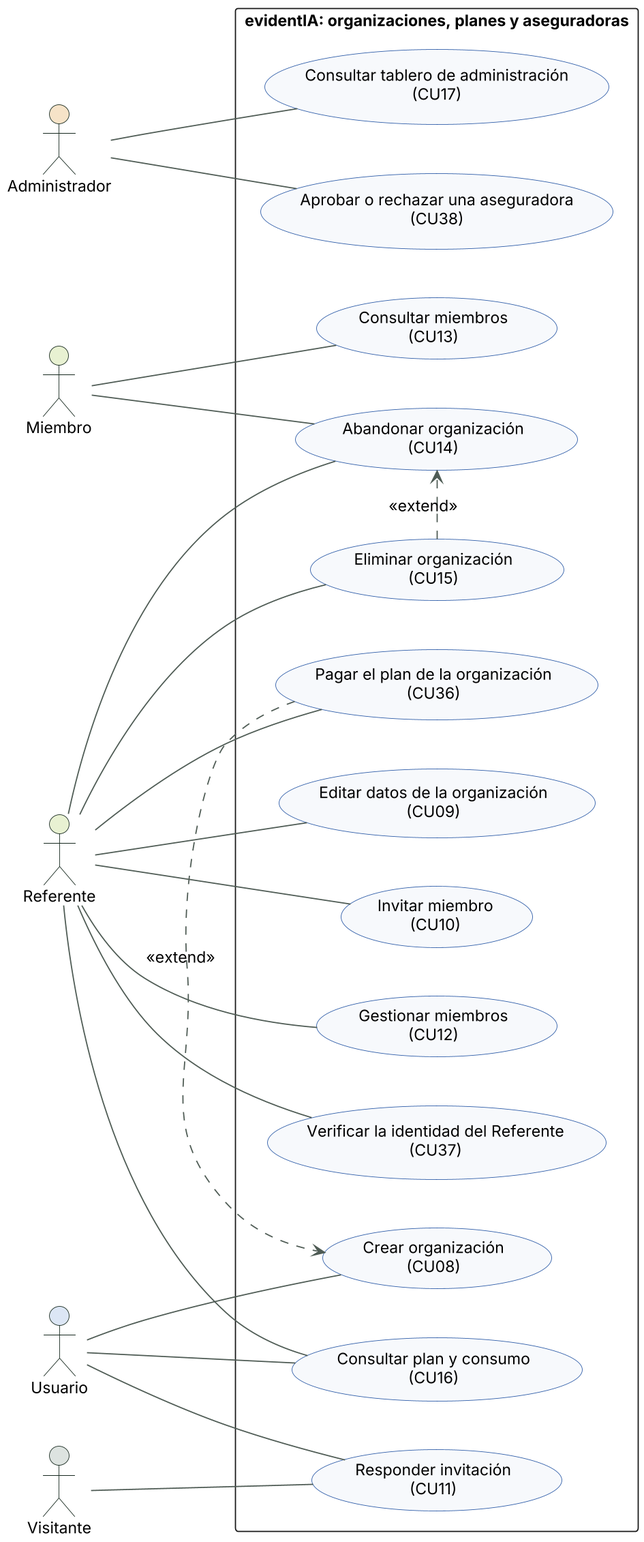
Earlier version of the PlantUML export docs/arquitectura/diagramas/09b-casos-de-uso.png (valentinasalmon/PFG-sistema-deteccion-IA).
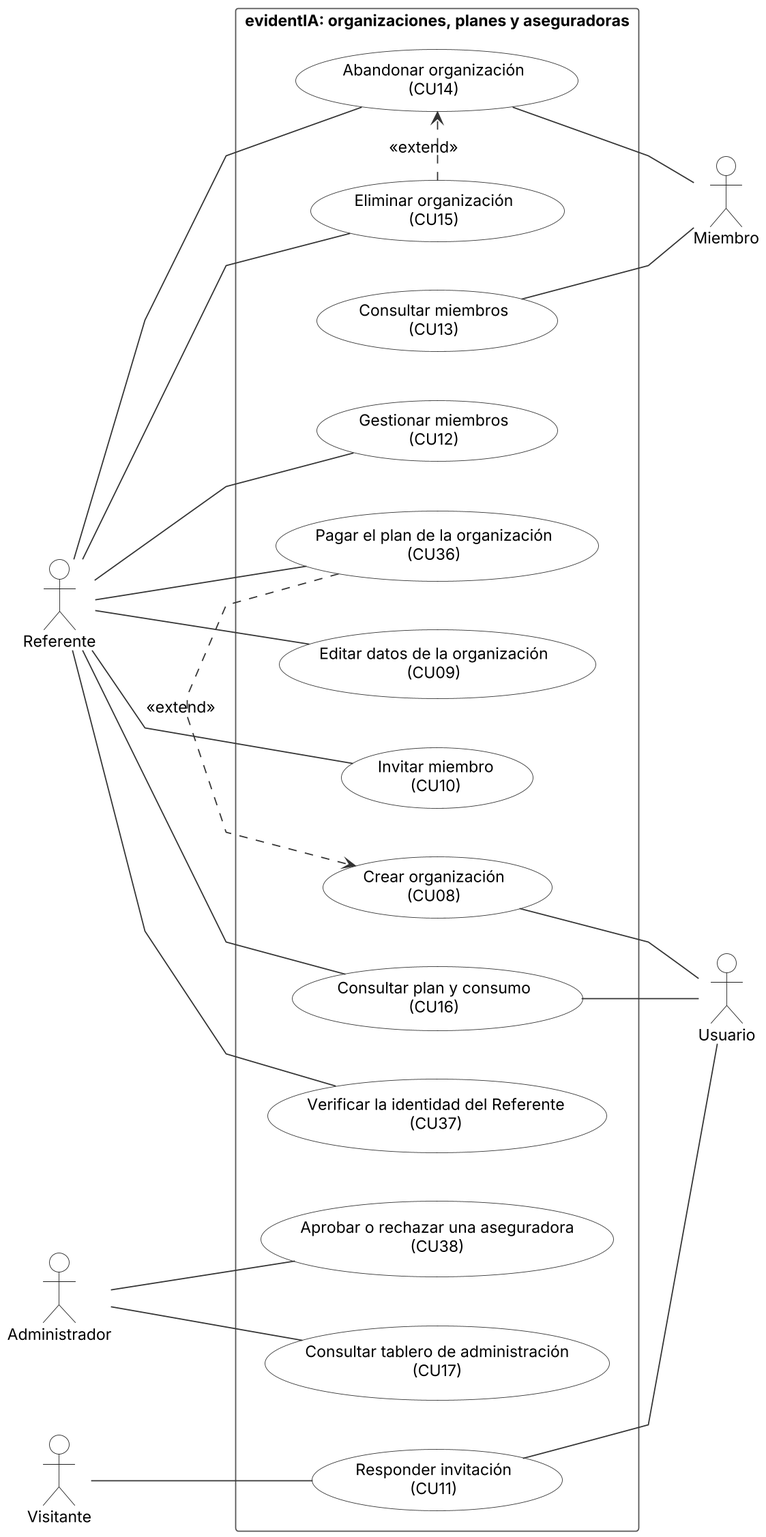
Later version of the same file.

Diff of the diagram source:
```diff
@@ -6,48 +6,58 @@
 skinparam ArrowColor #4E5B54
 skinparam nodesep 40
 skinparam ranksep 55
+skinparam linetype polyline
+skinparam ArrowColor #333333
+skinparam actor {
+  BorderColor #222222
+  BackgroundColor #FFFFFF
+}
+skinparam usecase {
+  BorderColor #333333
+  BackgroundColor #FFFFFF
+}
+skinparam rectangle {
+  BorderColor #555555
+  FontStyle bold
+}
 left to right direction
-skinparam usecaseBackgroundColor #F7F9FC
-skinparam usecaseBorderColor #2F5DA8
-skinparam actorBorderColor #17291F
-skinparam packageStyle rectangle
 
-actor "Administrador" as administrador #F6E3C8
-actor "Miembro" as miembro #E8F1D2
-actor "Referente" as referente #E8F1D2
-actor "Usuario" as usuario #DCE6F5
-actor "Visitante" as visitante #DDE3E0
+actor "Referente" as referente
+actor "Usuario" as usuario
+actor "Administrador" as administrador
+actor "Miembro" as miembro
+actor "Visitante" as visitante
 rectangle "evidentIA: organizaciones, planes y aseguradoras" {
-  usecase "Crear organización\n(CU08)" as CU08
   usecase "Editar datos de la organización\n(CU09)" as CU09
   usecase "Invitar miembro\n(CU10)" as CU10
-  usecase "Responder invitación\n(CU11)" as CU11
   usecase "Gestionar miembros\n(CU12)" as CU12
-  usecase "Consultar miembros\n(CU13)" as CU13
   usecase "Abandonar organización\n(CU14)" as CU14
   usecase "Eliminar organización\n(CU15)" as CU15
   usecase "Consultar plan y consumo\n(CU16)" as CU16
-  usecase "Consultar tablero de administración\n(CU17)" as CU17
   usecase "Pagar el plan de la organización\n(CU36)" as CU36
   usecase "Verificar la identidad del Referente\n(CU37)" as CU37
+  usecase "Crear organización\n(CU08)" as CU08
+  usecase "Responder invitación\n(CU11)" as CU11
+  usecase "Consultar tablero de administración\n(CU17)" as CU17
   usecase "Aprobar o rechazar una aseguradora\n(CU38)" as CU38
+  usecase "Consultar miembros\n(CU13)" as CU13
 }
-usuario -- CU08
 referente -- CU09
 referente -- CU10
-visitante -- CU11
-usuario -- CU11
 referente -- CU12
-miembro -- CU13
-miembro -- CU14
+CU14 -- miembro
 referente -- CU14
 referente -- CU15
-usuario -- CU16
+CU16 -- usuario
 referente -- CU16
-administrador -- CU17
 referente -- CU36
 referente -- CU37
+CU08 -- usuario
+visitante -- CU11
+CU11 -- usuario
+administrador -- CU17
 administrador -- CU38
+CU13 -- miembro
 CU15 .> CU14 : <<extend>>
 CU36 .> CU08 : <<extend>>
 @enduml
```
